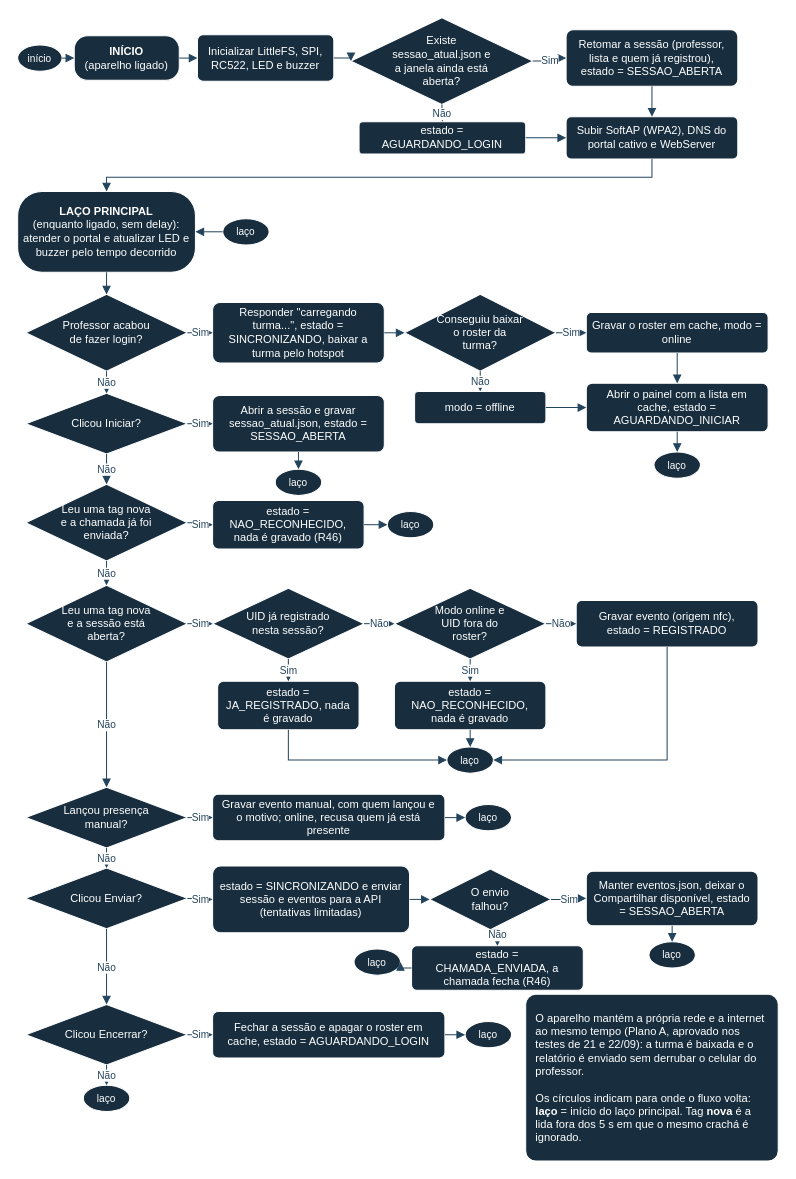
The draw.io diagram docs/fluxograma-logica.drawio in caioplaninschek/presente, before the edit. Source tidied: cells renumbered, new cells numbered last; positions are measured from the earlier drawing's top-left corner, leaving out a move shared by most shapes. Both pictures are drawn from the tidied source at 101%, with x=0, y=0 at pixel (17, 17).
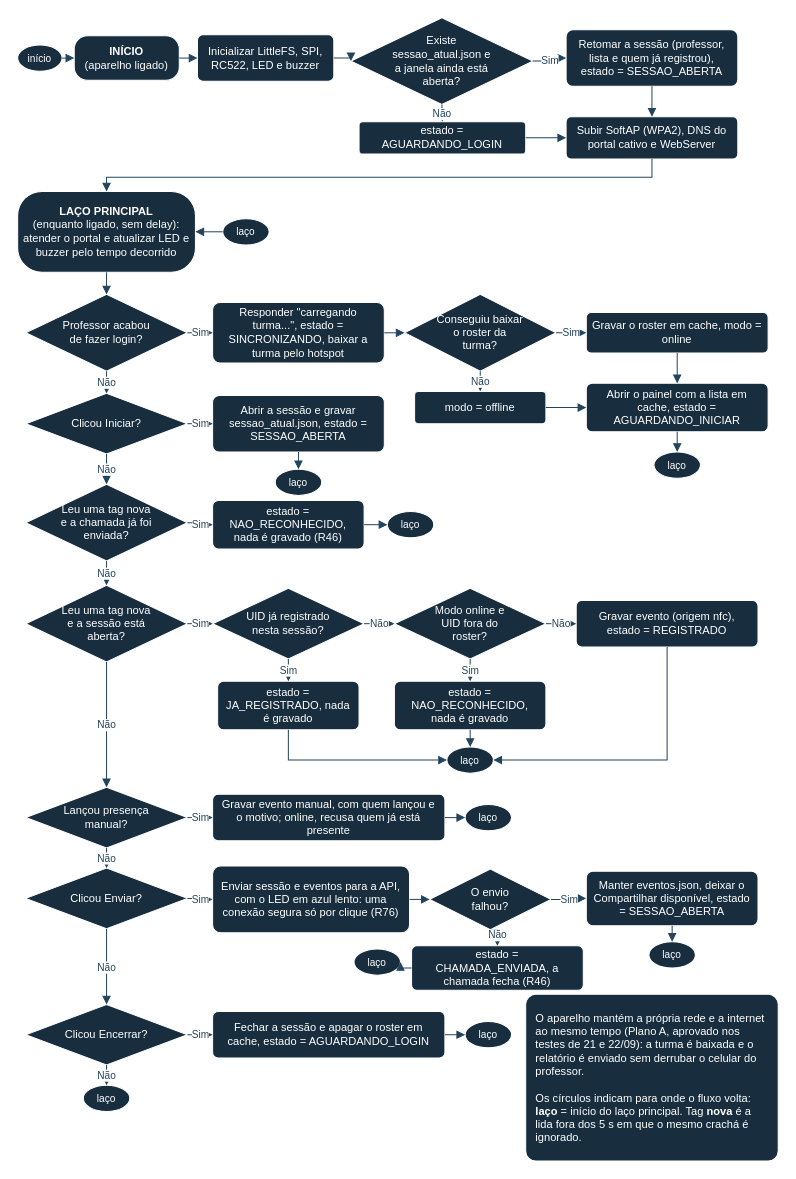
After the change.

Commit message (it also covers changes not shown here):
Fluxograma da R76: o Enviar faz uma conexao segura so por clique, com o LED em azul lento e sem mudar o estado

Change to the diagram source:
```diff
@@
-    <mxCell id="32" value="estado = SINCRONIZANDO e enviar sessão e eventos para a API (tentativas limitadas)" style="whiteSpace=wrap;html=1;fontSize=11;fontColor=#FFFFFF;strokeColor=#FFFFFF;fillColor=#182E3E;rounded=1;arcSize=12;spacingLeft=5;spacingRight=5;" parent="1" vertex="1">
+    <mxCell id="32" value="Enviar sessão e eventos para a API, com o LED em azul lento: uma conexão segura só por clique (R76)" style="whiteSpace=wrap;html=1;fontSize=11;fontColor=#FFFFFF;strokeColor=#FFFFFF;fillColor=#182E3E;rounded=1;arcSize=12;spacingLeft=5;spacingRight=5;" parent="1" vertex="1">
       <mxGeometry x="193" y="840" width="195" height="66" as="geometry" />
     </mxCell>
```
